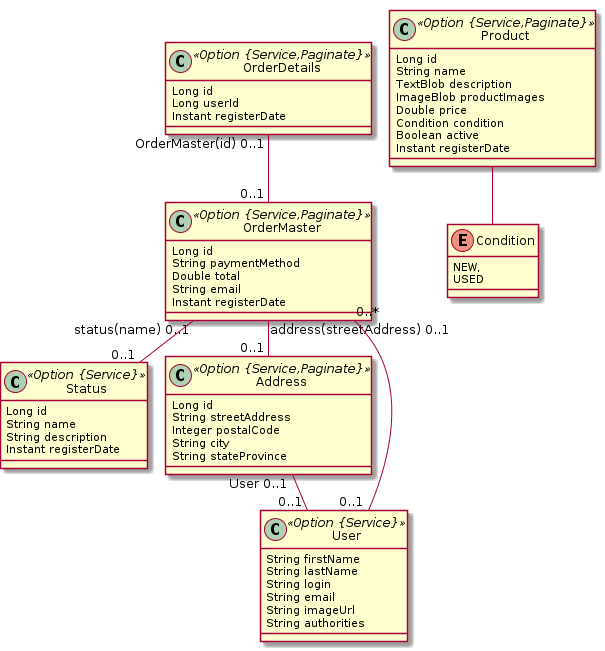
The PlantUML diagram 1-ordersystem-monolithic/docs/ordersystem-jdl.png in tomj0101/distributed-system, before a commit.
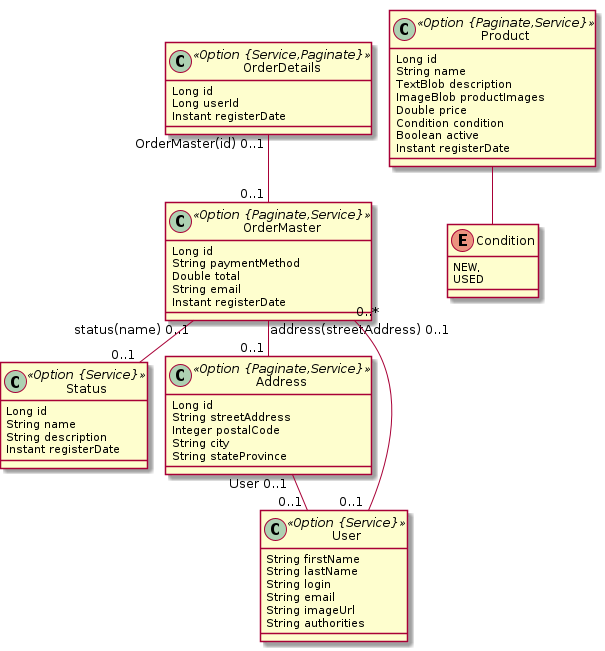
Later version of the same file.

The edit, as a diff of the source:
```diff
@@ -7,14 +7,14 @@
 		String description
 		Instant registerDate
 	}
-	class Address <<Option {Service,Paginate}>> {
+	class Address <<Option {Paginate,Service}>> {
 		Long id
 		String streetAddress
 		Integer postalCode
 		String city
 		String stateProvince
 	}
-	class Product <<Option {Service,Paginate}>> {
+	class Product <<Option {Paginate,Service}>> {
 		Long id
 		String name
 		TextBlob description
@@ -25,7 +25,7 @@
 		Instant registerDate
 	}
 	Product ..> Condition
-	class OrderMaster <<Option {Service,Paginate}>> {
+	class OrderMaster <<Option {Paginate,Service}>> {
 		Long id
 		String paymentMethod
 		Double total
```
